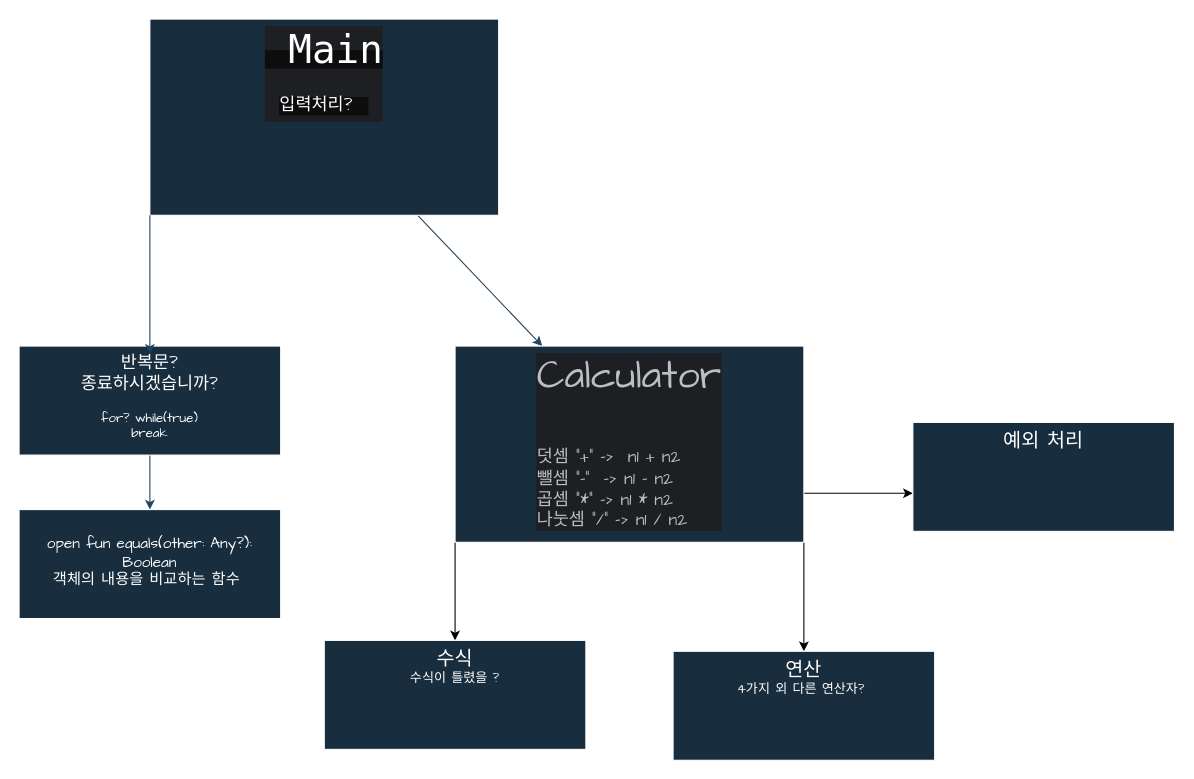
The draw.io diagram 제목 없는 다이어그램.drawio in DanDanjoo/Kotlin-Git, before the edit. Source tidied: cells renumbered, new cells numbered last; positions are measured from the earlier drawing's top-left corner, leaving out a move shared by most shapes. Both pictures are drawn from the tidied source at 109%, with x=0, y=0 at pixel (19, 19).
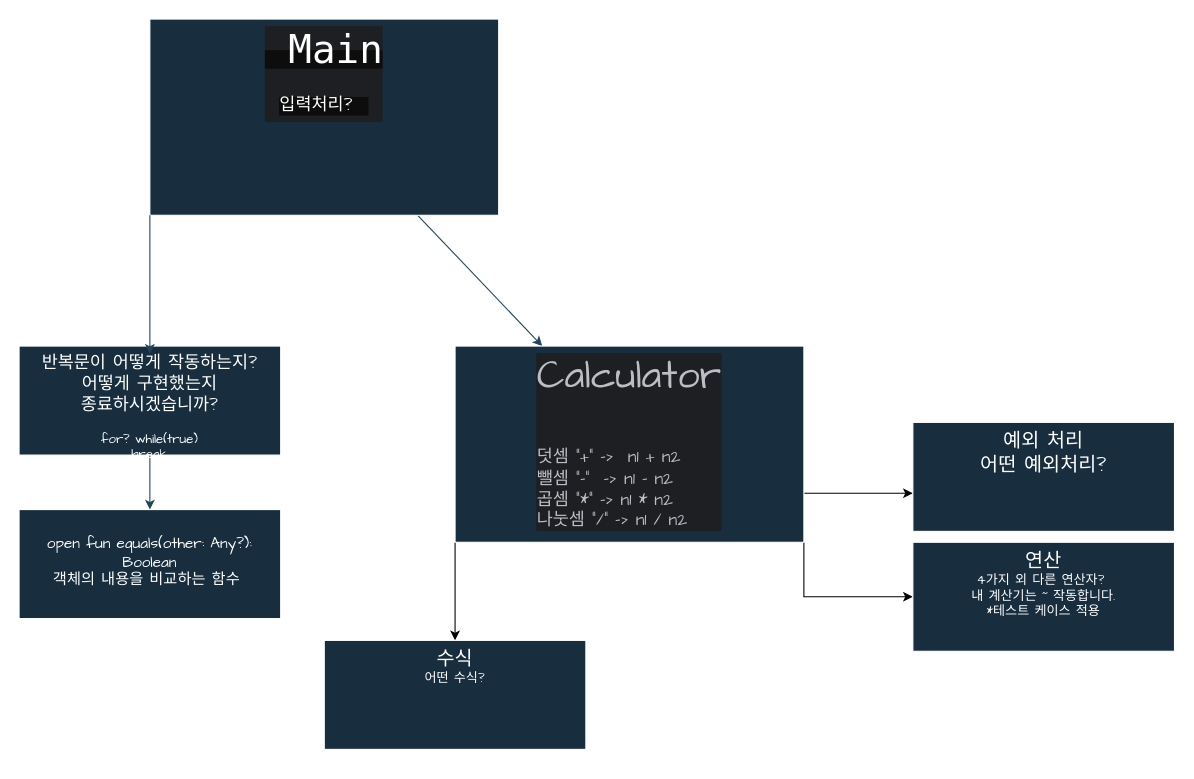
The same page after the edit.

Diff of the diagram source:
```diff
@@
 <mxGraphModel>
   <root>
     <mxCell id="0" />
     <mxCell id="1" parent="0" />
     <mxCell id="2" style="edgeStyle=none;rounded=0;jettySize=auto;html=1;entryX=0.25;entryY=0;entryDx=0;entryDy=0;strokeColor=#23445D;" parent="1" edge="1" source="3" target="7">
       <mxGeometry relative="1" as="geometry" />
     </mxCell>
     <mxCell id="3" value="&lt;div style=&quot;background-color:#1e1f22;color:#bcbec4&quot;&gt;&lt;div style=&quot;&quot;&gt;&lt;span style=&quot;color: rgb(255, 255, 255); text-align: left; white-space: pre; background-color: rgb(13, 13, 13);&quot;&gt;&lt;font style=&quot;font-size: 36px;&quot;&gt;&lt;font face=&quot;Söhne Mono, Monaco, Andale Mono, Ubuntu Mono, monospace&quot;&gt; Main&lt;/font&gt;&lt;/font&gt;&lt;/span&gt;&lt;/div&gt;&lt;div style=&quot;&quot;&gt;&lt;span style=&quot;color: rgb(255, 255, 255); text-align: left; white-space: pre; background-color: rgb(13, 13, 13);&quot;&gt;&lt;font style=&quot;&quot;&gt;&lt;font style=&quot;&quot; face=&quot;Comic Sans MS&quot;&gt;&lt;font size=&quot;3&quot;&gt;입력처리?&lt;/font&gt;&lt;span style=&quot;font-size: 36px;&quot;&gt; &lt;/span&gt;&lt;/font&gt;&lt;/font&gt;&lt;/span&gt;&lt;br&gt;&lt;/div&gt;&lt;/div&gt;" style="whiteSpace=wrap;html=1;fillColor=#182E3E;strokeColor=#FFFFFF;align=center;labelBackgroundColor=none;fontColor=#FFFFFF;fontFamily=Comic Sans MS;verticalAlign=top;strokeWidth=1;" parent="1" vertex="1">
       <mxGeometry x="120" width="320" height="180" as="geometry" />
     </mxCell>
     <mxCell id="4" style="edgeStyle=orthogonalEdgeStyle;rounded=0;jettySize=auto;html=1;exitX=0;exitY=1;exitDx=0;exitDy=0;" parent="1" edge="1" source="7">
       <mxGeometry relative="1" as="geometry">
         <mxPoint x="400" y="570" as="targetPoint" />
       </mxGeometry>
     </mxCell>
     <mxCell id="5" style="edgeStyle=orthogonalEdgeStyle;rounded=0;jettySize=auto;html=1;exitX=1;exitY=0.75;exitDx=0;exitDy=0;" parent="1" edge="1" source="7">
       <mxGeometry relative="1" as="geometry">
         <mxPoint x="820" y="435" as="targetPoint" />
       </mxGeometry>
     </mxCell>
     <mxCell id="6" style="edgeStyle=orthogonalEdgeStyle;rounded=0;jettySize=auto;html=1;exitX=1;exitY=1;exitDx=0;exitDy=0;" parent="1" edge="1" source="7" target="15">
       <mxGeometry relative="1" as="geometry" />
     </mxCell>
     <mxCell id="7" value="&lt;div style=&quot;background-color:#1e1f22;color:#bcbec4&quot;&gt;&lt;div style=&quot;&quot;&gt;&lt;font style=&quot;font-size: 36px;&quot;&gt;Calculator&lt;/font&gt;&lt;/div&gt;&lt;div style=&quot;&quot;&gt;&lt;font style=&quot;font-size: 36px;&quot;&gt;&lt;br&gt;&lt;/font&gt;&lt;/div&gt;&lt;div style=&quot;text-align: left;&quot;&gt;&lt;font size=&quot;3&quot;&gt;덧셈 &quot;+&quot; -&amp;gt;&amp;nbsp; n1 + n2&lt;/font&gt;&lt;/div&gt;&lt;div style=&quot;text-align: left;&quot;&gt;&lt;font size=&quot;3&quot;&gt;뺄셈 &quot;-&quot;&amp;nbsp; -&amp;gt; n1 - n2&lt;/font&gt;&lt;/div&gt;&lt;div style=&quot;text-align: left;&quot;&gt;&lt;font size=&quot;3&quot;&gt;곱셈 &quot;*&quot; -&amp;gt; n1 * n2&lt;/font&gt;&lt;/div&gt;&lt;div style=&quot;text-align: left;&quot;&gt;&lt;font size=&quot;3&quot;&gt;나눗셈 &quot;/&quot; -&amp;gt; n1 / n2&lt;/font&gt;&lt;/div&gt;&lt;/div&gt;" style="whiteSpace=wrap;html=1;fillColor=#182E3E;strokeColor=#FFFFFF;align=center;labelBackgroundColor=none;fontColor=#FFFFFF;fontFamily=Comic Sans MS;verticalAlign=top;strokeWidth=1;" parent="1" vertex="1">
       <mxGeometry x="400" y="300" width="320" height="180" as="geometry" />
     </mxCell>
     <mxCell id="8" style="edgeStyle=none;rounded=0;jettySize=auto;html=1;exitX=0.5;exitY=1;exitDx=0;exitDy=0;entryX=0.5;entryY=0;entryDx=0;entryDy=0;strokeColor=#23445D;fontFamily=Comic Sans MS;" parent="1" edge="1" source="9" target="10">
       <mxGeometry relative="1" as="geometry" />
     </mxCell>
-    <mxCell id="9" value="&lt;div&gt;&lt;span style=&quot;font-size: medium; background-color: initial;&quot;&gt;반복문?&lt;/span&gt;&lt;br&gt;&lt;/div&gt;&lt;div&gt;&lt;font size=&quot;3&quot;&gt;종료하시겠습니까?&lt;/font&gt;&lt;/div&gt;&lt;div&gt;&lt;br&gt;&lt;/div&gt;&lt;div&gt;for? while(true)&lt;/div&gt;&lt;div&gt;&lt;span style=&quot;background-color: initial;&quot;&gt;break&lt;/span&gt;&lt;br&gt;&lt;/div&gt;" style="whiteSpace=wrap;html=1;fillColor=#182E3E;strokeColor=#FFFFFF;align=center;labelBackgroundColor=none;fontColor=#FFFFFF;fontFamily=Comic Sans MS;verticalAlign=top;strokeWidth=1;" parent="1" vertex="1">
+    <mxCell id="9" value="&lt;div&gt;&lt;span style=&quot;font-size: medium; background-color: initial;&quot;&gt;반복문이 어떻게 작동하는지?&lt;/span&gt;&lt;br&gt;&lt;/div&gt;&lt;div&gt;&lt;span style=&quot;font-size: medium; background-color: initial;&quot;&gt;어떻게 구현했는지&lt;/span&gt;&lt;/div&gt;&lt;div&gt;&lt;font size=&quot;3&quot;&gt;종료하시겠습니까?&lt;/font&gt;&lt;/div&gt;&lt;div&gt;&lt;br&gt;&lt;/div&gt;&lt;div&gt;for? while(true)&lt;/div&gt;&lt;div&gt;&lt;span style=&quot;background-color: initial;&quot;&gt;break&lt;/span&gt;&lt;br&gt;&lt;/div&gt;" style="whiteSpace=wrap;html=1;fillColor=#182E3E;strokeColor=#FFFFFF;align=center;labelBackgroundColor=none;fontColor=#FFFFFF;fontFamily=Comic Sans MS;verticalAlign=top;strokeWidth=1;" parent="1" vertex="1">
       <mxGeometry y="300" width="240" height="100" as="geometry" />
     </mxCell>
     <mxCell id="10" value="&lt;div&gt;&lt;font style=&quot;font-size: 14px;&quot;&gt;&lt;br&gt;&lt;/font&gt;&lt;/div&gt;&lt;div&gt;&lt;font style=&quot;font-size: 14px;&quot;&gt;open fun equals(other: Any?): Boolean&lt;/font&gt;&lt;br&gt;&lt;/div&gt;&lt;div&gt;&lt;font style=&quot;font-size: 14px;&quot;&gt;객체의 내용을 비교하는 함수&amp;nbsp;&lt;/font&gt;&lt;/div&gt;" style="whiteSpace=wrap;html=1;fillColor=#182E3E;strokeColor=#FFFFFF;align=center;labelBackgroundColor=none;fontColor=#FFFFFF;fontFamily=Comic Sans MS;verticalAlign=top;strokeWidth=1;" parent="1" vertex="1">
       <mxGeometry y="450" width="240" height="100" as="geometry" />
     </mxCell>
     <mxCell id="11" style="edgeStyle=none;rounded=0;orthogonalLoop=1;jettySize=auto;html=1;exitX=1;exitY=1;exitDx=0;exitDy=0;strokeColor=#23445D;fontFamily=Comic Sans MS;" parent="1" edge="1" source="10" target="10">
       <mxGeometry relative="1" as="geometry" />
     </mxCell>
     <mxCell id="12" style="edgeStyle=none;rounded=0;orthogonalLoop=1;jettySize=auto;html=1;exitX=0.5;exitY=1;exitDx=0;exitDy=0;strokeColor=#23445D;fontFamily=Comic Sans MS;" parent="1" edge="1" source="10" target="10">
       <mxGeometry relative="1" as="geometry" />
     </mxCell>
     <mxCell id="13" style="edgeStyle=none;rounded=0;jettySize=auto;html=1;exitX=0;exitY=1;exitDx=0;exitDy=0;entryX=0.5;entryY=0.071;entryDx=0;entryDy=0;entryPerimeter=0;strokeColor=#23445D;fontFamily=Comic Sans MS;" parent="1" edge="1" source="3" target="9">
       <mxGeometry relative="1" as="geometry" />
     </mxCell>
-    <mxCell id="14" value="&lt;font style=&quot;font-size: 18px;&quot;&gt;수식&lt;/font&gt;&lt;div&gt;&lt;font style=&quot;font-size: 12px;&quot;&gt;수식이 틀렸을 ?&lt;/font&gt;&lt;/div&gt;" style="whiteSpace=wrap;html=1;fillColor=#182E3E;strokeColor=#FFFFFF;align=center;labelBackgroundColor=none;fontColor=#FFFFFF;fontFamily=Comic Sans MS;verticalAlign=top;strokeWidth=1;" parent="1" vertex="1">
+    <mxCell id="14" value="&lt;font style=&quot;font-size: 18px;&quot;&gt;수식&lt;/font&gt;&lt;div&gt;어떤 수식?&lt;/div&gt;" style="whiteSpace=wrap;html=1;fillColor=#182E3E;strokeColor=#FFFFFF;align=center;labelBackgroundColor=none;fontColor=#FFFFFF;fontFamily=Comic Sans MS;verticalAlign=top;strokeWidth=1;" parent="1" vertex="1">
       <mxGeometry x="280" y="570" width="240" height="100" as="geometry" />
     </mxCell>
-    <mxCell id="15" value="&lt;div&gt;&lt;font style=&quot;font-size: 18px;&quot;&gt;연&lt;/font&gt;&lt;font style=&quot;font-size: 18px;&quot;&gt;산&lt;/font&gt;&lt;/div&gt;&lt;div&gt;&lt;font style=&quot;font-size: 12px;&quot;&gt;4가지 외 다른 연산자?&amp;nbsp;&lt;/font&gt;&lt;/div&gt;" style="whiteSpace=wrap;html=1;fillColor=#182E3E;strokeColor=#FFFFFF;align=center;labelBackgroundColor=none;fontColor=#FFFFFF;fontFamily=Comic Sans MS;verticalAlign=top;strokeWidth=1;" parent="1" vertex="1">
-      <mxGeometry x="600" y="580" width="240" height="100" as="geometry" />
+    <mxCell id="15" value="&lt;div&gt;&lt;font style=&quot;font-size: 18px;&quot;&gt;연&lt;/font&gt;&lt;font style=&quot;font-size: 18px;&quot;&gt;산&lt;/font&gt;&lt;/div&gt;&lt;div&gt;&lt;font style=&quot;font-size: 12px;&quot;&gt;4가지 외 다른 연산자?&amp;nbsp;&lt;/font&gt;&lt;/div&gt;&lt;div&gt;&lt;font style=&quot;font-size: 12px;&quot;&gt;내 계산기는 ~ 작동합니다.&lt;/font&gt;&lt;/div&gt;&lt;div&gt;&lt;font style=&quot;font-size: 12px;&quot;&gt;*테스트 케이스 적용&lt;/font&gt;&lt;/div&gt;&lt;div&gt;&lt;br&gt;&lt;/div&gt;" style="whiteSpace=wrap;html=1;fillColor=#182E3E;strokeColor=#FFFFFF;align=center;labelBackgroundColor=none;fontColor=#FFFFFF;fontFamily=Comic Sans MS;verticalAlign=top;strokeWidth=1;" parent="1" vertex="1">
+      <mxGeometry x="820" y="480" width="240" height="100" as="geometry" />
     </mxCell>
-    <mxCell id="16" value="&lt;font style=&quot;font-size: 18px;&quot;&gt;예외 처리&lt;/font&gt;" style="whiteSpace=wrap;html=1;fillColor=#182E3E;strokeColor=#FFFFFF;align=center;labelBackgroundColor=none;fontColor=#FFFFFF;fontFamily=Comic Sans MS;verticalAlign=top;strokeWidth=1;" parent="1" vertex="1">
+    <mxCell id="16" value="&lt;font style=&quot;font-size: 18px;&quot;&gt;예외 처리&lt;/font&gt;&lt;div&gt;&lt;font style=&quot;font-size: 18px;&quot;&gt;어떤 예외처리?&lt;/font&gt;&lt;/div&gt;" style="whiteSpace=wrap;html=1;fillColor=#182E3E;strokeColor=#FFFFFF;align=center;labelBackgroundColor=none;fontColor=#FFFFFF;fontFamily=Comic Sans MS;verticalAlign=top;strokeWidth=1;" parent="1" vertex="1">
       <mxGeometry x="820" y="370" width="240" height="100" as="geometry" />
     </mxCell>
   </root>
 </mxGraphModel>
```
